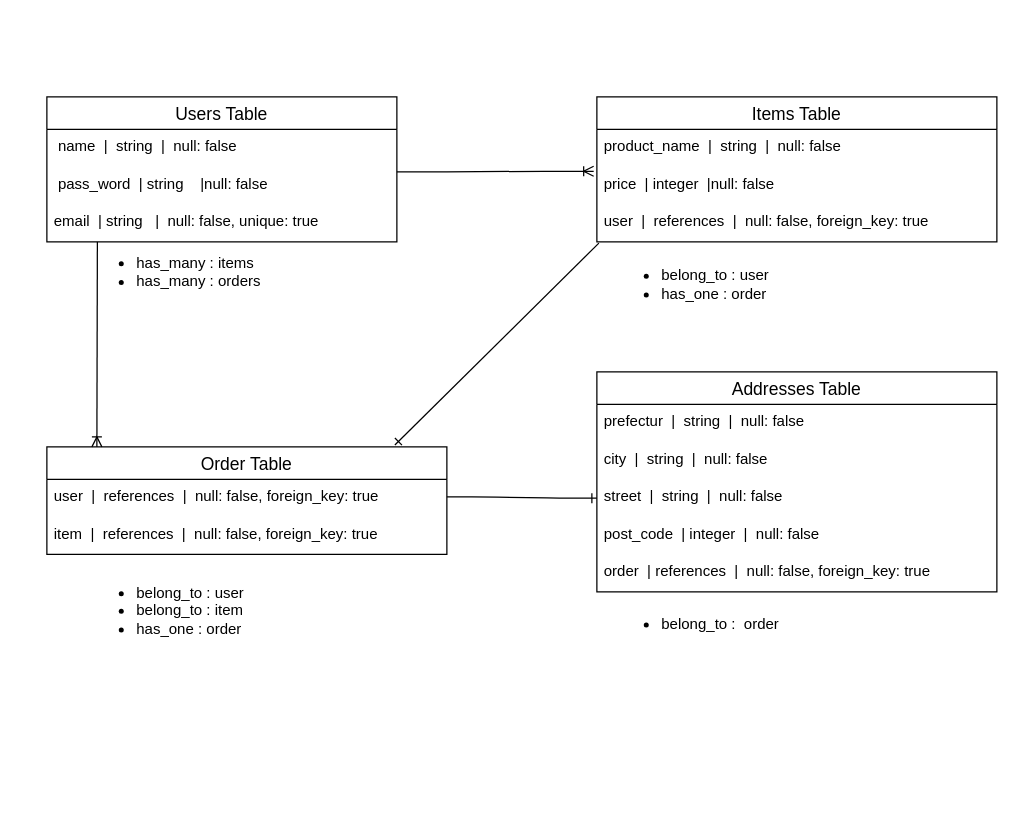
Before: furima_er.dio in KITASHA/furima-40377, a draw.io diagram. Source tidied: cells renumbered, new cells numbered last; positions are measured from the earlier drawing's top-left corner, leaving out a move shared by most shapes. Both pictures are drawn from the tidied source at 125%, with x=0, y=0 at pixel (46, 96).
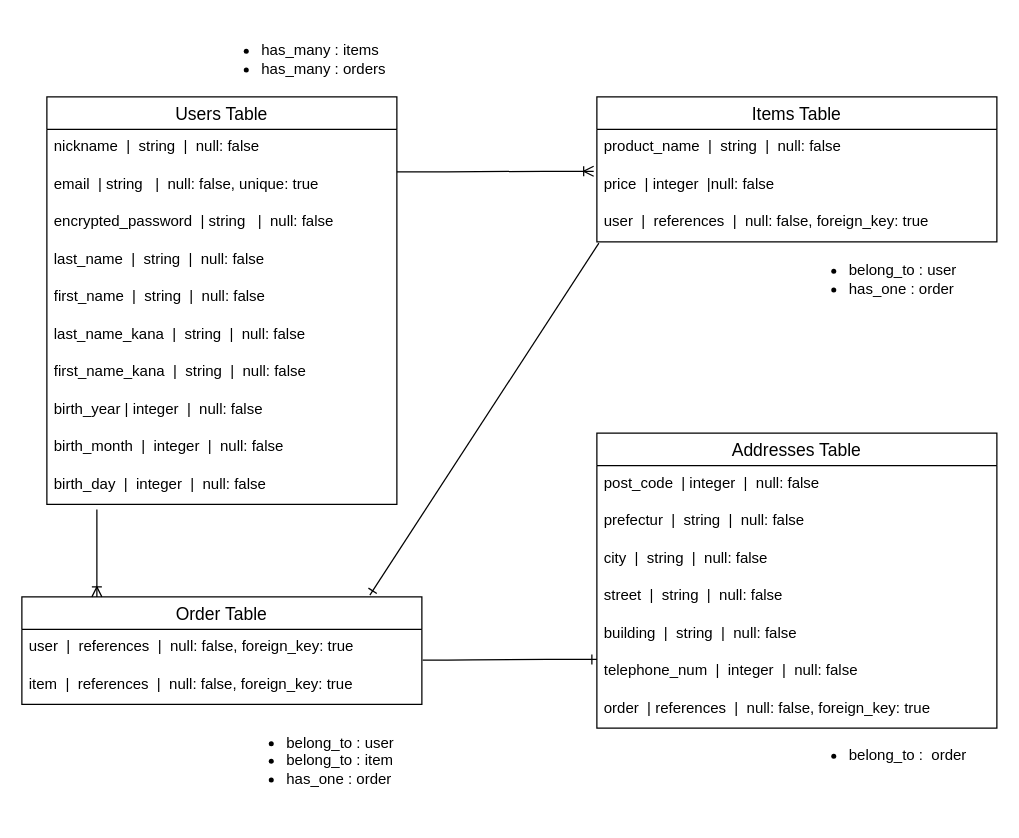
After the change.

Commit message (it also covers changes not shown here):
データベース設計 修正#1

カラムを追加

The change refers to these unchanged cells:
```xml
<mxCell id="11" value="user  |  references  |  null: false, foreign_key: true " style="text;strokeColor=none;fillColor=none;spacingLeft=4;spacingRight=4;overflow=hidden;points=[[0,0.5],[1,0.5]];portConstraint=eastwest;fontSize=12;" parent="10" vertex="1">
  <mxGeometry y="26" width="320" height="30" as="geometry" />
</mxCell>
```

The edit, as a diff of the source:
```diff
@@
     <mxCell id="2" value="Users Table" style="swimlane;fontStyle=0;horizontal=1;startSize=26;align=center;fontSize=14;" parent="1" vertex="1">
-      <mxGeometry width="280" height="116" as="geometry" />
+      <mxGeometry width="280" height="326" as="geometry" />
     </mxCell>
-    <mxCell id="3" value=" name  |  string  |  null: false   " style="text;strokeColor=none;fillColor=none;spacingLeft=4;spacingRight=4;overflow=hidden;fontSize=12;" parent="2" vertex="1">
+    <mxCell id="3" value="nickname  |  string  |  null: false   " style="text;strokeColor=none;fillColor=none;spacingLeft=4;spacingRight=4;overflow=hidden;fontSize=12;" parent="2" vertex="1">
       <mxGeometry y="26" width="280" height="30" as="geometry" />
     </mxCell>
+    <mxCell id="5" value="email  | string   |  null: false, unique: true" style="text;strokeColor=none;fillColor=none;spacingLeft=4;spacingRight=4;overflow=hidden;fontSize=12;" parent="2" vertex="1">
+      <mxGeometry y="56" width="280" height="30" as="geometry" />
+    </mxCell>
-    <mxCell id="4" value=" pass_word  | string    |null: false  " style="text;strokeColor=none;fillColor=none;spacingLeft=4;spacingRight=4;overflow=hidden;fontSize=12;" parent="2" vertex="1">
-      <mxGeometry y="56" width="280" height="30" as="geometry" />
+    <mxCell id="4" value="encrypted_password  | string   |  null: false  " style="text;strokeColor=none;fillColor=none;spacingLeft=4;spacingRight=4;overflow=hidden;fontSize=12;" parent="2" vertex="1">
+      <mxGeometry y="86" width="280" height="30" as="geometry" />
     </mxCell>
-    <mxCell id="5" value="email  | string   |  null: false, unique: true" style="text;strokeColor=none;fillColor=none;spacingLeft=4;spacingRight=4;overflow=hidden;fontSize=12;" parent="2" vertex="1">
-      <mxGeometry y="86" width="280" height="30" as="geometry" />
-    </mxCell>
+    <mxCell id="27" value="last_name  |  string  |  null: false  " style="text;strokeColor=none;fillColor=none;spacingLeft=4;spacingRight=4;overflow=hidden;fontSize=12;" parent="2" vertex="1">
+      <mxGeometry y="116" width="280" height="30" as="geometry" />
+    </mxCell>
+    <mxCell id="28" value="first_name  |  string  |  null: false  " style="text;strokeColor=none;fillColor=none;spacingLeft=4;spacingRight=4;overflow=hidden;fontSize=12;" parent="2" vertex="1">
+      <mxGeometry y="146" width="280" height="30" as="geometry" />
+    </mxCell>
+    <mxCell id="29" value="last_name_kana  |  string  |  null: false  " style="text;strokeColor=none;fillColor=none;spacingLeft=4;spacingRight=4;overflow=hidden;fontSize=12;" parent="2" vertex="1">
+      <mxGeometry y="176" width="280" height="30" as="geometry" />
+    </mxCell>
+    <mxCell id="30" value="first_name_kana  |  string  |  null: false  " style="text;strokeColor=none;fillColor=none;spacingLeft=4;spacingRight=4;overflow=hidden;fontSize=12;" parent="2" vertex="1">
+      <mxGeometry y="206" width="280" height="30" as="geometry" />
+    </mxCell>
+    <mxCell id="31" value="birth_year | integer  |  null: false" style="text;strokeColor=none;fillColor=none;spacingLeft=4;spacingRight=4;overflow=hidden;fontSize=12;" parent="2" vertex="1">
+      <mxGeometry y="236" width="280" height="30" as="geometry" />
+    </mxCell>
+    <mxCell id="32" value="birth_month  |  integer  |  null: false" style="text;strokeColor=none;fillColor=none;spacingLeft=4;spacingRight=4;overflow=hidden;fontSize=12;" parent="2" vertex="1">
+      <mxGeometry y="266" width="280" height="30" as="geometry" />
+    </mxCell>
+    <mxCell id="33" value="birth_day  |  integer  |  null: false" style="text;strokeColor=none;fillColor=none;spacingLeft=4;spacingRight=4;overflow=hidden;fontSize=12;" parent="2" vertex="1">
+      <mxGeometry y="296" width="280" height="30" as="geometry" />
+    </mxCell>
@@
     <mxCell id="10" value="Order Table" style="swimlane;fontStyle=0;horizontal=1;startSize=26;align=center;fontSize=14;" parent="1" vertex="1">
-      <mxGeometry y="280" width="320" height="86" as="geometry" />
+      <mxGeometry x="-20" y="400" width="320" height="86" as="geometry" />
     </mxCell>
@@
     <mxCell id="13" value="Addresses Table" style="swimlane;fontStyle=0;horizontal=1;startSize=26;align=center;fontSize=14;" parent="1" vertex="1">
-      <mxGeometry x="440" y="220" width="320" height="176" as="geometry" />
+      <mxGeometry x="440" y="269" width="320" height="236" as="geometry" />
     </mxCell>
+    <mxCell id="17" value="post_code  | integer  |  null: false  " style="text;strokeColor=none;fillColor=none;spacingLeft=4;spacingRight=4;overflow=hidden;fontSize=12;" parent="13" vertex="1">
+      <mxGeometry y="26" width="320" height="30" as="geometry" />
+    </mxCell>
     <mxCell id="14" value="prefectur  |  string  |  null: false  " style="text;strokeColor=none;fillColor=none;spacingLeft=4;spacingRight=4;overflow=hidden;fontSize=12;" parent="13" vertex="1">
-      <mxGeometry y="26" width="320" height="30" as="geometry" />
+      <mxGeometry y="56" width="320" height="30" as="geometry" />
     </mxCell>
     <mxCell id="15" value="city  |  string  |  null: false  " style="text;strokeColor=none;fillColor=none;spacingLeft=4;spacingRight=4;overflow=hidden;fontSize=12;" parent="13" vertex="1">
-      <mxGeometry y="56" width="320" height="30" as="geometry" />
+      <mxGeometry y="86" width="320" height="30" as="geometry" />
     </mxCell>
     <mxCell id="16" value="street  |  string  |  null: false  " style="text;strokeColor=none;fillColor=none;spacingLeft=4;spacingRight=4;overflow=hidden;points=[[0,0.5],[1,0.5]];portConstraint=eastwest;fontSize=12;" parent="13" vertex="1">
-      <mxGeometry y="86" width="320" height="30" as="geometry" />
+      <mxGeometry y="116" width="320" height="30" as="geometry" />
     </mxCell>
-    <mxCell id="17" value="post_code  | integer  |  null: false  " style="text;strokeColor=none;fillColor=none;spacingLeft=4;spacingRight=4;overflow=hidden;fontSize=12;" parent="13" vertex="1">
-      <mxGeometry y="116" width="320" height="30" as="geometry" />
-    </mxCell>
+    <mxCell id="34" value="building  |  string  |  null: false    " style="text;strokeColor=none;fillColor=none;spacingLeft=4;spacingRight=4;overflow=hidden;fontSize=12;" parent="13" vertex="1">
+      <mxGeometry y="146" width="320" height="30" as="geometry" />
+    </mxCell>
+    <mxCell id="35" value="telephone_num  |  integer  |  null: false  " style="text;strokeColor=none;fillColor=none;spacingLeft=4;spacingRight=4;overflow=hidden;fontSize=12;" parent="13" vertex="1">
+      <mxGeometry y="176" width="320" height="30" as="geometry" />
+    </mxCell>
     <mxCell id="18" value="order  | references  |  null: false, foreign_key: true" style="text;strokeColor=none;fillColor=none;spacingLeft=4;spacingRight=4;overflow=hidden;fontSize=12;" parent="13" vertex="1">
-      <mxGeometry y="146" width="320" height="30" as="geometry" />
+      <mxGeometry y="206" width="320" height="30" as="geometry" />
     </mxCell>
@@
-    <mxCell id="20" style="fontSize=12;html=1;endArrow=ERoneToMany;exitX=0.573;exitY=1.183;exitDx=0;exitDy=0;exitPerimeter=0;" parent="1" edge="1">
+    <mxCell id="20" style="fontSize=12;html=1;endArrow=ERoneToMany;" parent="1" edge="1">
       <mxGeometry relative="1" as="geometry">
-        <mxPoint x="40.4" y="116" as="sourcePoint" />
-        <mxPoint x="40" y="280" as="targetPoint" />
+        <mxPoint x="40" y="330" as="sourcePoint" />
+        <mxPoint x="40" y="400" as="targetPoint" />
       </mxGeometry>
     </mxCell>
-    <mxCell id="21" style="edgeStyle=entityRelationEdgeStyle;fontSize=12;html=1;endArrow=ERone;endFill=1;entryX=0;entryY=0.5;entryDx=0;entryDy=0;" parent="1" edge="1" target="16">
+    <mxCell id="21" style="edgeStyle=entityRelationEdgeStyle;fontSize=12;html=1;endArrow=ERone;endFill=1;exitX=1.002;exitY=0.817;exitDx=0;exitDy=0;exitPerimeter=0;" parent="1" edge="1" source="11">
       <mxGeometry relative="1" as="geometry">
-        <mxPoint x="320" y="320" as="sourcePoint" />
+        <mxPoint x="440" y="450" as="targetPoint" />
       </mxGeometry>
     </mxCell>
@@
     <mxCell id="23" value="&lt;ul&gt;&lt;li&gt;has_many : items&lt;/li&gt;&lt;li&gt;has_many : orders&lt;/li&gt;&lt;/ul&gt;" style="text;strokeColor=none;fillColor=none;html=1;whiteSpace=wrap;verticalAlign=middle;overflow=hidden;" parent="1" vertex="1">
-      <mxGeometry x="30" y="110" width="230" height="60" as="geometry" />
+      <mxGeometry x="130" y="-60" width="150" height="60" as="geometry" />
     </mxCell>
     <mxCell id="24" value="&lt;ul&gt;&lt;li&gt;belong_to : user&lt;/li&gt;&lt;li&gt;has_one : order&lt;/li&gt;&lt;/ul&gt;" style="text;strokeColor=none;fillColor=none;html=1;whiteSpace=wrap;verticalAlign=middle;overflow=hidden;" parent="1" vertex="1">
-      <mxGeometry x="450" y="120" width="230" height="60" as="geometry" />
+      <mxGeometry x="600" y="116" width="160" height="60" as="geometry" />
     </mxCell>
     <mxCell id="25" value="&lt;ul&gt;&lt;li&gt;belong_to : user&lt;/li&gt;&lt;li&gt;belong_to : item&lt;/li&gt;&lt;li&gt;has_one : order&lt;/li&gt;&lt;/ul&gt;" style="text;strokeColor=none;fillColor=none;html=1;whiteSpace=wrap;verticalAlign=middle;overflow=hidden;" parent="1" vertex="1">
-      <mxGeometry x="30" y="366" width="230" height="90" as="geometry" />
+      <mxGeometry x="150" y="486" width="150" height="90" as="geometry" />
     </mxCell>
     <mxCell id="26" value="&lt;ul&gt;&lt;li&gt;belong_to :&amp;nbsp; order&lt;/li&gt;&lt;/ul&gt;" style="text;strokeColor=none;fillColor=none;html=1;whiteSpace=wrap;verticalAlign=middle;overflow=hidden;" parent="1" vertex="1">
-      <mxGeometry x="450" y="400" width="230" height="35" as="geometry" />
+      <mxGeometry x="600" y="505" width="160" height="35" as="geometry" />
     </mxCell>
```
